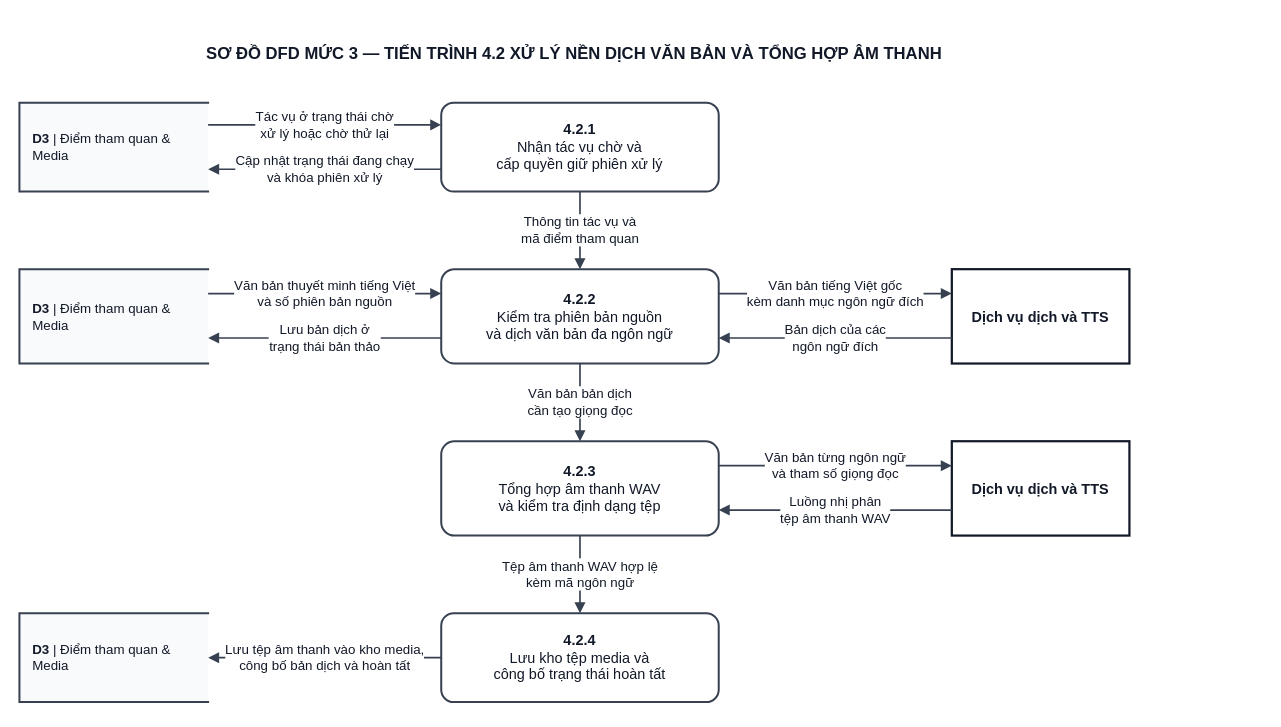
Kazuken123/prj_sgu26_cnpm keeps this draw.io diagram as docs/diagram/dfd/DFD_Level_3_P4_2_Pipeline_Translation_TTS.drawio. Above is the earlier version. Source tidied: cells renumbered, new cells numbered last; positions are measured from the earlier drawing's top-left corner, leaving out a move shared by most shapes. Both pictures are drawn from the tidied source at 111%, with x=0, y=0 at pixel (19, 30).
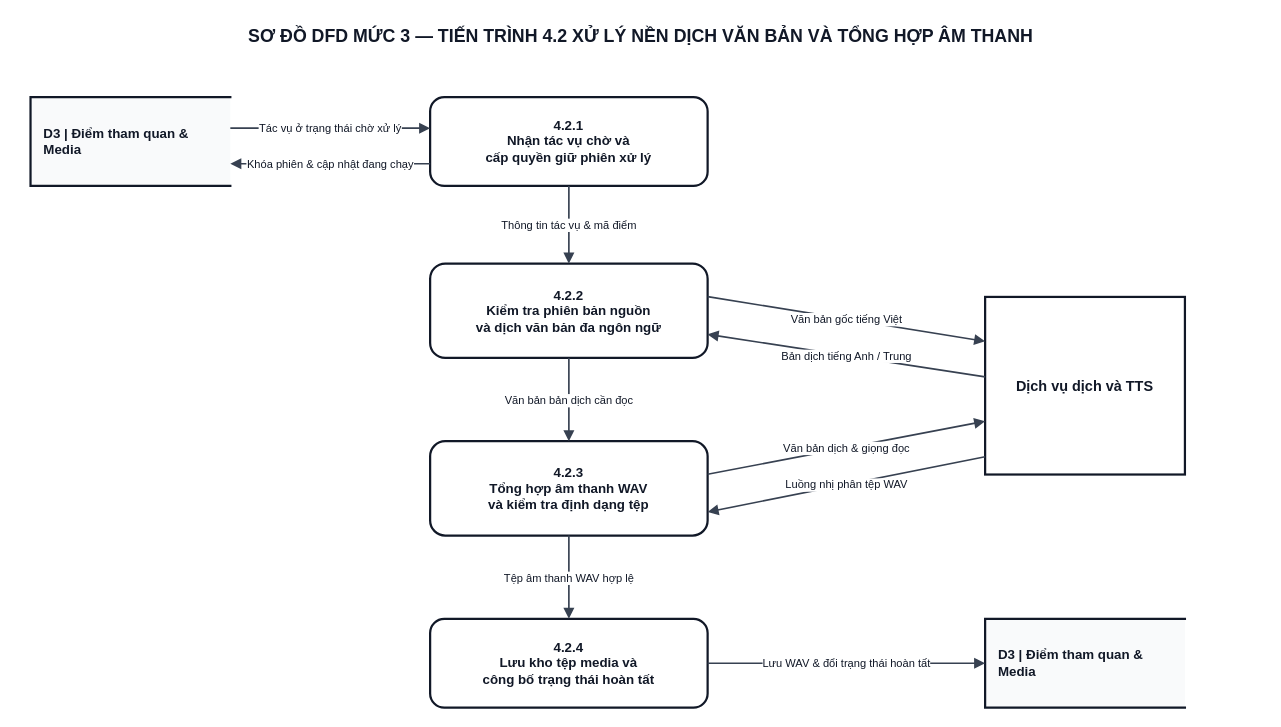
After the change.

Diff of the diagram source:
```diff
@@
-    <mxCell id="2" value="SƠ ĐỒ DFD MỨC 3 — TIẾN TRÌNH 4.2 XỬ LÝ NỀN DỊCH VĂN BẢN VÀ TỔNG HỢP ÂM THANH" style="text;html=1;align=center;verticalAlign=middle;whiteSpace=wrap;fontFamily=Arial;fontSize=15;fontStyle=1;fillColor=none;strokeColor=none;fontColor=#111827;" parent="1" vertex="1">
-      <mxGeometry width="1000" height="40" as="geometry" />
+    <mxCell id="2" value="SƠ ĐỒ DFD MỨC 3 — TIẾN TRÌNH 4.2 XỬ LÝ NỀN DỊCH VĂN BẢN VÀ TỔNG HỢP ÂM THANH" style="text;html=1;align=center;verticalAlign=middle;whiteSpace=wrap;fontFamily=Arial;fontSize=16;fontStyle=1;fillColor=none;strokeColor=none;fontColor=#111827;" parent="1" vertex="1">
+      <mxGeometry y="-10" width="1120" height="30" as="geometry" />
     </mxCell>
-    <mxCell id="3" value="&lt;b&gt;4.2.1&lt;/b&gt;&lt;br/&gt;Nhận tác vụ chờ và&lt;br/&gt;cấp quyền giữ phiên xử lý" style="rounded=1;arcSize=14;whiteSpace=wrap;html=1;fillColor=#FFFFFF;strokeColor=#374151;strokeWidth=1.8;fontFamily=Arial;fontSize=13;fontColor=#111827;align=center;" parent="1" vertex="1">
-      <mxGeometry x="380" y="65" width="250" height="80" as="geometry" />
+    <mxCell id="3" value="&lt;b&gt;4.2.1&lt;/b&gt;&lt;br/&gt;Nhận tác vụ chờ và&lt;br/&gt;cấp quyền giữ phiên xử lý" style="rounded=1;arcSize=16;whiteSpace=wrap;html=1;fillColor=#FFFFFF;strokeColor=#111827;strokeWidth=2;fontFamily=Arial;fontSize=12;fontStyle=1;fontColor=#111827;align=center;" parent="1" vertex="1">
+      <mxGeometry x="370" y="60" width="250" height="80" as="geometry" />
     </mxCell>
-    <mxCell id="4" value="&lt;b&gt;4.2.2&lt;/b&gt;&lt;br/&gt;Kiểm tra phiên bản nguồn&lt;br/&gt;và dịch văn bản đa ngôn ngữ" style="rounded=1;arcSize=14;whiteSpace=wrap;html=1;fillColor=#FFFFFF;strokeColor=#374151;strokeWidth=1.8;fontFamily=Arial;fontSize=13;fontColor=#111827;align=center;" parent="1" vertex="1">
-      <mxGeometry x="380" y="215" width="250" height="85" as="geometry" />
+    <mxCell id="4" value="&lt;b&gt;4.2.2&lt;/b&gt;&lt;br/&gt;Kiểm tra phiên bản nguồn&lt;br/&gt;và dịch văn bản đa ngôn ngữ" style="rounded=1;arcSize=16;whiteSpace=wrap;html=1;fillColor=#FFFFFF;strokeColor=#111827;strokeWidth=2;fontFamily=Arial;fontSize=12;fontStyle=1;fontColor=#111827;align=center;" parent="1" vertex="1">
+      <mxGeometry x="370" y="210" width="250" height="85" as="geometry" />
     </mxCell>
-    <mxCell id="5" value="&lt;b&gt;4.2.3&lt;/b&gt;&lt;br/&gt;Tổng hợp âm thanh WAV&lt;br/&gt;và kiểm tra định dạng tệp" style="rounded=1;arcSize=14;whiteSpace=wrap;html=1;fillColor=#FFFFFF;strokeColor=#374151;strokeWidth=1.8;fontFamily=Arial;fontSize=13;fontColor=#111827;align=center;" parent="1" vertex="1">
-      <mxGeometry x="380" y="370" width="250" height="85" as="geometry" />
+    <mxCell id="5" value="&lt;b&gt;4.2.3&lt;/b&gt;&lt;br/&gt;Tổng hợp âm thanh WAV&lt;br/&gt;và kiểm tra định dạng tệp" style="rounded=1;arcSize=16;whiteSpace=wrap;html=1;fillColor=#FFFFFF;strokeColor=#111827;strokeWidth=2;fontFamily=Arial;fontSize=12;fontStyle=1;fontColor=#111827;align=center;" parent="1" vertex="1">
+      <mxGeometry x="370" y="370" width="250" height="85" as="geometry" />
     </mxCell>
-    <mxCell id="6" value="&lt;b&gt;4.2.4&lt;/b&gt;&lt;br/&gt;Lưu kho tệp media và&lt;br/&gt;công bố trạng thái hoàn tất" style="rounded=1;arcSize=14;whiteSpace=wrap;html=1;fillColor=#FFFFFF;strokeColor=#374151;strokeWidth=1.8;fontFamily=Arial;fontSize=13;fontColor=#111827;align=center;" parent="1" vertex="1">
-      <mxGeometry x="380" y="525" width="250" height="80" as="geometry" />
+    <mxCell id="6" value="&lt;b&gt;4.2.4&lt;/b&gt;&lt;br/&gt;Lưu kho tệp media và&lt;br/&gt;công bố trạng thái hoàn tất" style="rounded=1;arcSize=16;whiteSpace=wrap;html=1;fillColor=#FFFFFF;strokeColor=#111827;strokeWidth=2;fontFamily=Arial;fontSize=12;fontStyle=1;fontColor=#111827;align=center;" parent="1" vertex="1">
+      <mxGeometry x="370" y="530" width="250" height="80" as="geometry" />
     </mxCell>
-    <mxCell id="7" value="Thông tin tác vụ và&lt;br/&gt;mã điểm tham quan" style="edgeStyle=none;rounded=0;html=1;exitX=0.5;exitY=1;entryX=0.5;entryY=0;strokeColor=#374151;strokeWidth=1.5;endArrow=block;endFill=1;fontFamily=Arial;fontSize=12;fontColor=#111827;labelBackgroundColor=#FFFFFF;" parent="1" edge="1" source="3" target="4">
+    <mxCell id="7" value="Thông tin tác vụ &amp; mã điểm" style="rounded=0;html=1;strokeColor=#374151;strokeWidth=1.5;endArrow=block;endFill=1;fontFamily=Arial;fontSize=10;fontColor=#111827;labelBackgroundColor=#FFFFFF;spacing=2;exitX=0.5;exitY=1;exitDx=0;exitDy=0;entryX=0.5;entryY=0;entryDx=0;entryDy=0;edgeStyle=none;" parent="1" edge="1" source="3" target="4">
       <mxGeometry relative="1" as="geometry" />
     </mxCell>
-    <mxCell id="8" value="Văn bản bản dịch&lt;br/&gt;cần tạo giọng đọc" style="edgeStyle=none;rounded=0;html=1;exitX=0.5;exitY=1;entryX=0.5;entryY=0;strokeColor=#374151;strokeWidth=1.5;endArrow=block;endFill=1;fontFamily=Arial;fontSize=12;fontColor=#111827;labelBackgroundColor=#FFFFFF;" parent="1" edge="1" source="4" target="5">
+    <mxCell id="8" value="Văn bản bản dịch cần đọc" style="rounded=0;html=1;strokeColor=#374151;strokeWidth=1.5;endArrow=block;endFill=1;fontFamily=Arial;fontSize=10;fontColor=#111827;labelBackgroundColor=#FFFFFF;spacing=2;exitX=0.5;exitY=1;exitDx=0;exitDy=0;entryX=0.5;entryY=0;entryDx=0;entryDy=0;edgeStyle=none;" parent="1" edge="1" source="4" target="5">
       <mxGeometry relative="1" as="geometry" />
     </mxCell>
-    <mxCell id="9" value="Tệp âm thanh WAV hợp lệ&lt;br/&gt;kèm mã ngôn ngữ" style="edgeStyle=none;rounded=0;html=1;exitX=0.5;exitY=1;entryX=0.5;entryY=0;strokeColor=#374151;strokeWidth=1.5;endArrow=block;endFill=1;fontFamily=Arial;fontSize=12;fontColor=#111827;labelBackgroundColor=#FFFFFF;" parent="1" edge="1" source="5" target="6">
+    <mxCell id="9" value="Tệp âm thanh WAV hợp lệ" style="rounded=0;html=1;strokeColor=#374151;strokeWidth=1.5;endArrow=block;endFill=1;fontFamily=Arial;fontSize=10;fontColor=#111827;labelBackgroundColor=#FFFFFF;spacing=2;exitX=0.5;exitY=1;exitDx=0;exitDy=0;entryX=0.5;entryY=0;entryDx=0;entryDy=0;edgeStyle=none;" parent="1" edge="1" source="5" target="6">
       <mxGeometry relative="1" as="geometry" />
     </mxCell>
-    <mxCell id="10" value="&lt;b&gt;D3&lt;/b&gt; | Điểm tham quan &amp;amp; Media" style="shape=partialRectangle;whiteSpace=wrap;html=1;left=1;right=0;top=1;bottom=1;fillColor=#F9FAFB;strokeColor=#374151;strokeWidth=1.8;fontFamily=Arial;fontSize=12;fontColor=#111827;align=left;spacingLeft=10;" parent="1" vertex="1">
-      <mxGeometry y="65" width="170" height="80" as="geometry" />
-    </mxCell>
+    <mxCell id="24" value="&lt;b&gt;D3&lt;/b&gt; | Điểm tham quan &amp; Media" style="shape=partialRectangle;whiteSpace=wrap;html=1;left=1;right=0;top=1;bottom=1;fillColor=#F9FAFB;strokeColor=#111827;strokeWidth=2;fontFamily=Arial;fontSize=12;fontStyle=1;fontColor=#111827;align=left;spacingLeft=10;" parent="1" vertex="1">
+      <mxGeometry x="10" y="60" width="180" height="80" as="geometry" />
+    </mxCell>
+    <mxCell id="25" value="&lt;b&gt;D3&lt;/b&gt; | Điểm tham quan &amp; Media" style="shape=partialRectangle;whiteSpace=wrap;html=1;left=1;right=0;top=1;bottom=1;fillColor=#F9FAFB;strokeColor=#111827;strokeWidth=2;fontFamily=Arial;fontSize=12;fontStyle=1;fontColor=#111827;align=left;spacingLeft=10;" parent="1" vertex="1">
+      <mxGeometry x="870" y="530" width="180" height="80" as="geometry" />
+    </mxCell>
+    <mxCell id="26" value="Dịch vụ dịch và TTS" style="rounded=0;whiteSpace=wrap;html=1;fillColor=#FFFFFF;strokeColor=#111827;strokeWidth=2;fontFamily=Arial;fontSize=13;fontStyle=1;fontColor=#111827;align=center;" parent="1" vertex="1">
+      <mxGeometry x="870" y="240" width="180" height="160" as="geometry" />
+    </mxCell>
-    <mxCell id="11" value="Tác vụ ở trạng thái chờ&lt;br/&gt;xử lý hoặc chờ thử lại" style="edgeStyle=none;rounded=0;html=1;exitX=1.0;exitY=0.25;entryX=0.0;entryY=0.25;strokeColor=#374151;strokeWidth=1.5;endArrow=block;endFill=1;fontFamily=Arial;fontSize=12;fontColor=#111827;labelBackgroundColor=#FFFFFF;" parent="1" edge="1" source="10" target="3">
+    <mxCell id="11" value="Tác vụ ở trạng thái chờ xử lý" style="rounded=0;html=1;strokeColor=#374151;strokeWidth=1.5;endArrow=block;endFill=1;fontFamily=Arial;fontSize=10;fontColor=#111827;labelBackgroundColor=#FFFFFF;spacing=2;exitX=1;exitY=0.35;exitDx=0;exitDy=0;entryX=0;entryY=0.35;entryDx=0;entryDy=0;edgeStyle=none;" parent="1" edge="1" source="24" target="3">
       <mxGeometry relative="1" as="geometry" />
     </mxCell>
-    <mxCell id="12" value="Cập nhật trạng thái đang chạy&lt;br/&gt;và khóa phiên xử lý" style="edgeStyle=none;rounded=0;html=1;exitX=0.0;exitY=0.75;entryX=1.0;entryY=0.75;strokeColor=#374151;strokeWidth=1.5;endArrow=block;endFill=1;fontFamily=Arial;fontSize=12;fontColor=#111827;labelBackgroundColor=#FFFFFF;" parent="1" edge="1" source="3" target="10">
+    <mxCell id="12" value="Khóa phiên &amp; cập nhật đang chạy" style="rounded=0;html=1;strokeColor=#374151;strokeWidth=1.5;endArrow=block;endFill=1;fontFamily=Arial;fontSize=10;fontColor=#111827;labelBackgroundColor=#FFFFFF;spacing=2;exitX=0;exitY=0.75;exitDx=0;exitDy=0;entryX=1;entryY=0.75;entryDx=0;entryDy=0;edgeStyle=none;" parent="1" edge="1" source="3" target="24">
       <mxGeometry relative="1" as="geometry" />
     </mxCell>
-    <mxCell id="13" value="&lt;b&gt;D3&lt;/b&gt; | Điểm tham quan &amp;amp; Media" style="shape=partialRectangle;whiteSpace=wrap;html=1;left=1;right=0;top=1;bottom=1;fillColor=#F9FAFB;strokeColor=#374151;strokeWidth=1.8;fontFamily=Arial;fontSize=12;fontColor=#111827;align=left;spacingLeft=10;" parent="1" vertex="1">
-      <mxGeometry y="215" width="170" height="85" as="geometry" />
-    </mxCell>
-    <mxCell id="14" value="Dịch vụ dịch và TTS" style="rounded=0;whiteSpace=wrap;html=1;fillColor=#FFFFFF;strokeColor=#111827;strokeWidth=2;fontFamily=Arial;fontSize=13;fontStyle=1;fontColor=#111827;align=center;" parent="1" vertex="1">
-      <mxGeometry x="840" y="215" width="160" height="85" as="geometry" />
-    </mxCell>
-    <mxCell id="15" value="Văn bản thuyết minh tiếng Việt&lt;br/&gt;và số phiên bản nguồn" style="edgeStyle=none;rounded=0;html=1;exitX=1.0;exitY=0.2588;entryX=0.0;entryY=0.2588;strokeColor=#374151;strokeWidth=1.5;endArrow=block;endFill=1;fontFamily=Arial;fontSize=12;fontColor=#111827;labelBackgroundColor=#FFFFFF;" parent="1" edge="1" source="13" target="4">
-      <mxGeometry relative="1" as="geometry" />
-    </mxCell>
-    <mxCell id="16" value="Lưu bản dịch ở&lt;br/&gt;trạng thái bản thảo" style="edgeStyle=none;rounded=0;html=1;exitX=0.0;exitY=0.7294;entryX=1.0;entryY=0.7294;strokeColor=#374151;strokeWidth=1.5;endArrow=block;endFill=1;fontFamily=Arial;fontSize=12;fontColor=#111827;labelBackgroundColor=#FFFFFF;" parent="1" edge="1" source="4" target="13">
-      <mxGeometry relative="1" as="geometry" />
-    </mxCell>
-    <mxCell id="17" value="Văn bản tiếng Việt gốc&lt;br/&gt;kèm danh mục ngôn ngữ đích" style="edgeStyle=none;rounded=0;html=1;exitX=1.0;exitY=0.2588;entryX=0.0;entryY=0.2588;strokeColor=#374151;strokeWidth=1.5;endArrow=block;endFill=1;fontFamily=Arial;fontSize=12;fontColor=#111827;labelBackgroundColor=#FFFFFF;" parent="1" edge="1" source="4" target="14">
+    <mxCell id="17" value="Văn bản gốc tiếng Việt" style="rounded=0;html=1;strokeColor=#374151;strokeWidth=1.5;endArrow=block;endFill=1;fontFamily=Arial;fontSize=10;fontColor=#111827;labelBackgroundColor=#FFFFFF;spacing=2;exitX=1;exitY=0.35;exitDx=0;exitDy=0;entryX=0;entryY=0.25;entryDx=0;entryDy=0;edgeStyle=none;" parent="1" edge="1" source="4" target="26">
       <mxGeometry relative="1" as="geometry" />
     </mxCell>
-    <mxCell id="18" value="Bản dịch của các&lt;br/&gt;ngôn ngữ đích" style="edgeStyle=none;rounded=0;html=1;exitX=0.0;exitY=0.7294;entryX=1.0;entryY=0.7294;strokeColor=#374151;strokeWidth=1.5;endArrow=block;endFill=1;fontFamily=Arial;fontSize=12;fontColor=#111827;labelBackgroundColor=#FFFFFF;" parent="1" edge="1" source="14" target="4">
+    <mxCell id="18" value="Bản dịch tiếng Anh / Trung" style="rounded=0;html=1;strokeColor=#374151;strokeWidth=1.5;endArrow=block;endFill=1;fontFamily=Arial;fontSize=10;fontColor=#111827;labelBackgroundColor=#FFFFFF;spacing=2;exitX=0;exitY=0.45;exitDx=0;exitDy=0;entryX=1;entryY=0.75;entryDx=0;entryDy=0;edgeStyle=none;" parent="1" edge="1" source="26" target="4">
       <mxGeometry relative="1" as="geometry" />
     </mxCell>
-    <mxCell id="19" value="Dịch vụ dịch và TTS" style="rounded=0;whiteSpace=wrap;html=1;fillColor=#FFFFFF;strokeColor=#111827;strokeWidth=2;fontFamily=Arial;fontSize=13;fontStyle=1;fontColor=#111827;align=center;" parent="1" vertex="1">
-      <mxGeometry x="840" y="370" width="160" height="85" as="geometry" />
-    </mxCell>
-    <mxCell id="20" value="Văn bản từng ngôn ngữ&lt;br/&gt;và tham số giọng đọc" style="edgeStyle=none;rounded=0;html=1;exitX=1.0;exitY=0.2588;entryX=0.0;entryY=0.2588;strokeColor=#374151;strokeWidth=1.5;endArrow=block;endFill=1;fontFamily=Arial;fontSize=12;fontColor=#111827;labelBackgroundColor=#FFFFFF;" parent="1" edge="1" source="5" target="19">
+    <mxCell id="20" value="Văn bản dịch &amp; giọng đọc" style="rounded=0;html=1;strokeColor=#374151;strokeWidth=1.5;endArrow=block;endFill=1;fontFamily=Arial;fontSize=10;fontColor=#111827;labelBackgroundColor=#FFFFFF;spacing=2;exitX=1;exitY=0.35;exitDx=0;exitDy=0;entryX=0;entryY=0.7;entryDx=0;entryDy=0;edgeStyle=none;" parent="1" edge="1" source="5" target="26">
       <mxGeometry relative="1" as="geometry" />
     </mxCell>
-    <mxCell id="21" value="Luồng nhị phân&lt;br/&gt;tệp âm thanh WAV" style="edgeStyle=none;rounded=0;html=1;exitX=0.0;exitY=0.7294;entryX=1.0;entryY=0.7294;strokeColor=#374151;strokeWidth=1.5;endArrow=block;endFill=1;fontFamily=Arial;fontSize=12;fontColor=#111827;labelBackgroundColor=#FFFFFF;" parent="1" edge="1" source="19" target="5">
+    <mxCell id="21" value="Luồng nhị phân tệp WAV" style="rounded=0;html=1;strokeColor=#374151;strokeWidth=1.5;endArrow=block;endFill=1;fontFamily=Arial;fontSize=10;fontColor=#111827;labelBackgroundColor=#FFFFFF;spacing=2;exitX=0;exitY=0.9;exitDx=0;exitDy=0;entryX=1;entryY=0.75;entryDx=0;entryDy=0;edgeStyle=none;" parent="1" edge="1" source="26" target="5">
       <mxGeometry relative="1" as="geometry" />
     </mxCell>
-    <mxCell id="22" value="&lt;b&gt;D3&lt;/b&gt; | Điểm tham quan &amp;amp; Media" style="shape=partialRectangle;whiteSpace=wrap;html=1;left=1;right=0;top=1;bottom=1;fillColor=#F9FAFB;strokeColor=#374151;strokeWidth=1.8;fontFamily=Arial;fontSize=12;fontColor=#111827;align=left;spacingLeft=10;" parent="1" vertex="1">
-      <mxGeometry y="525" width="170" height="80" as="geometry" />
-    </mxCell>
-    <mxCell id="23" value="Lưu tệp âm thanh vào kho media,&lt;br/&gt;công bố bản dịch và hoàn tất" style="edgeStyle=none;rounded=0;html=1;exitX=0.0;exitY=0.5;entryX=1.0;entryY=0.5;strokeColor=#374151;strokeWidth=1.5;endArrow=block;endFill=1;fontFamily=Arial;fontSize=12;fontColor=#111827;labelBackgroundColor=#FFFFFF;" parent="1" edge="1" source="6" target="22">
+    <mxCell id="23" value="Lưu WAV &amp; đổi trạng thái hoàn tất" style="rounded=0;html=1;strokeColor=#374151;strokeWidth=1.5;endArrow=block;endFill=1;fontFamily=Arial;fontSize=10;fontColor=#111827;labelBackgroundColor=#FFFFFF;spacing=2;exitX=1;exitY=0.5;exitDx=0;exitDy=0;entryX=0;entryY=0.5;entryDx=0;entryDy=0;edgeStyle=none;" parent="1" edge="1" source="6" target="25">
       <mxGeometry relative="1" as="geometry" />
     </mxCell>
```
